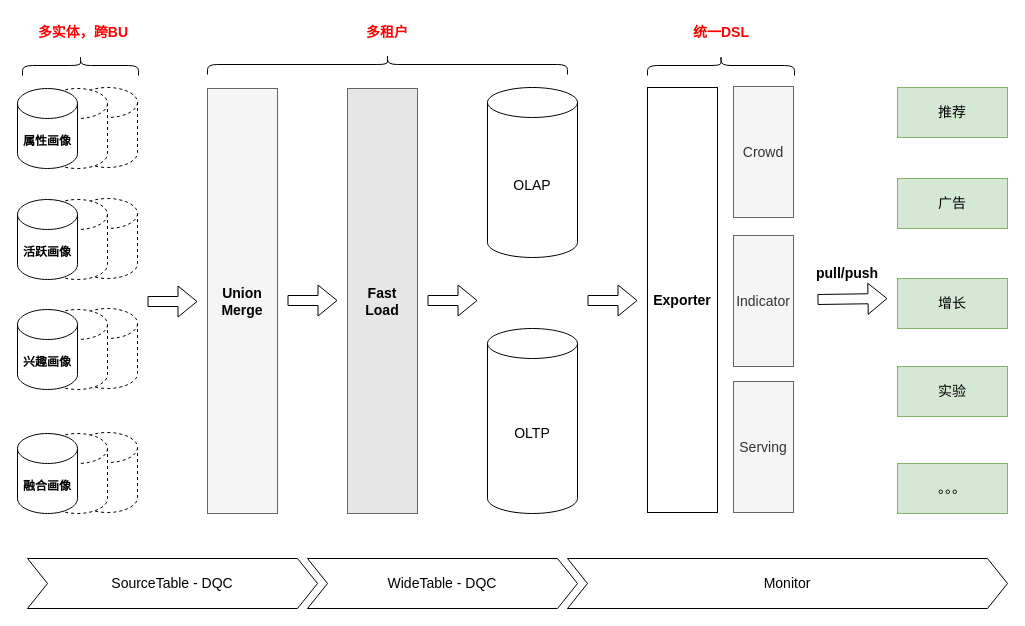
The draw.io diagram km_tx_3.drawio in learn2Pro/draw_io_save, before the edit. Source tidied: cells renumbered, new cells numbered last; positions are measured from the earlier drawing's top-left corner, leaving out a move shared by most shapes. Both pictures are drawn from the tidied source at 100%, with x=0, y=0 at pixel (17, -116).
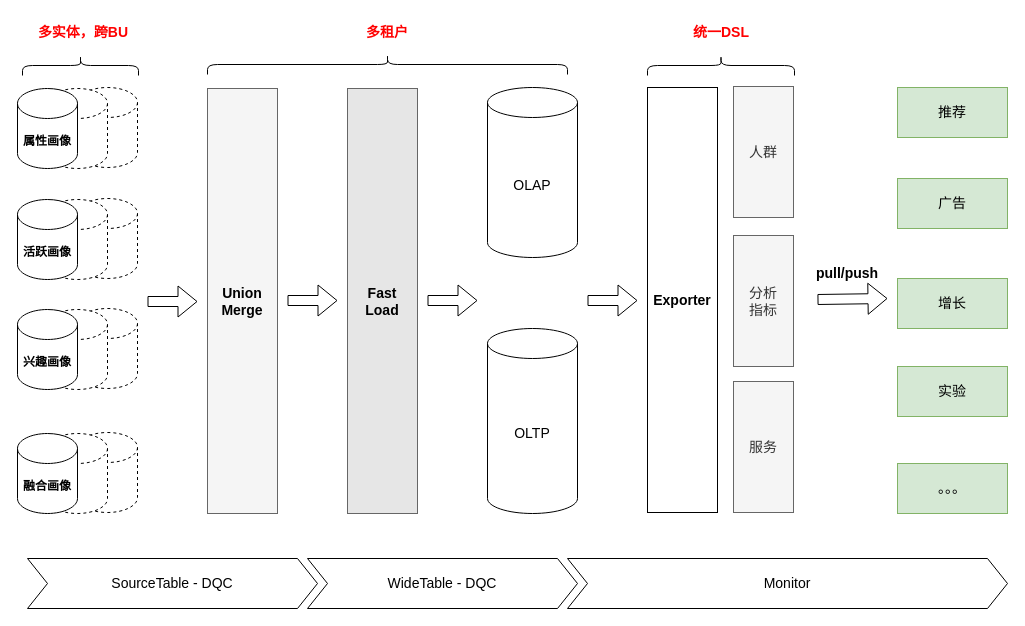
After the change.

Change to the diagram source:
```diff
@@
-    <mxCell id="31" value="Crowd" style="rounded=0;whiteSpace=wrap;html=1;fontSize=14;fillColor=#f5f5f5;fontColor=#333333;strokeColor=#666666;" parent="1" vertex="1">
+    <mxCell id="31" value="人群" style="rounded=0;whiteSpace=wrap;html=1;fontSize=14;fillColor=#f5f5f5;fontColor=#333333;strokeColor=#666666;" parent="1" vertex="1">
       <mxGeometry x="716" y="202" width="60" height="131" as="geometry" />
     </mxCell>
-    <mxCell id="32" value="Indicator" style="rounded=0;whiteSpace=wrap;html=1;fontSize=14;fillColor=#f5f5f5;fontColor=#333333;strokeColor=#666666;" parent="1" vertex="1">
+    <mxCell id="32" value="分析&lt;br&gt;指标" style="rounded=0;whiteSpace=wrap;html=1;fontSize=14;fillColor=#f5f5f5;fontColor=#333333;strokeColor=#666666;" parent="1" vertex="1">
       <mxGeometry x="716" y="351" width="60" height="131" as="geometry" />
     </mxCell>
-    <mxCell id="33" value="Serving" style="rounded=0;whiteSpace=wrap;html=1;fontSize=14;fillColor=#f5f5f5;fontColor=#333333;strokeColor=#666666;" parent="1" vertex="1">
+    <mxCell id="33" value="服务" style="rounded=0;whiteSpace=wrap;html=1;fontSize=14;fillColor=#f5f5f5;fontColor=#333333;strokeColor=#666666;" parent="1" vertex="1">
       <mxGeometry x="716" y="497" width="60" height="131" as="geometry" />
     </mxCell>
```
